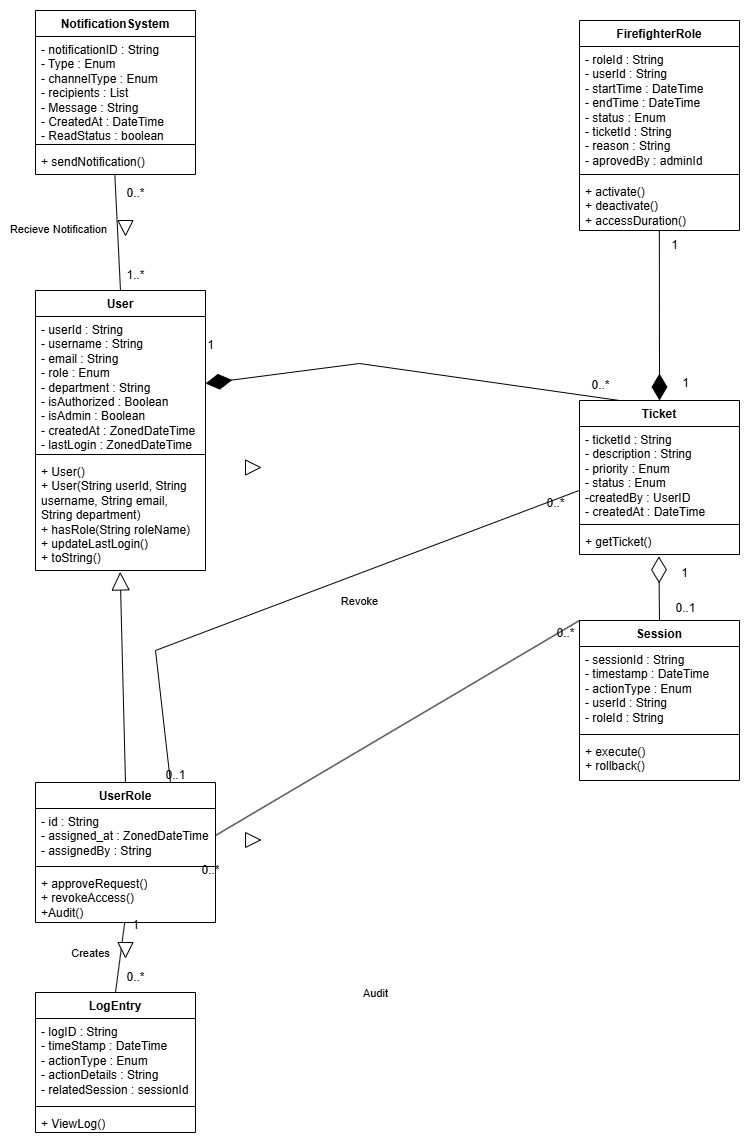
This is Documentation/Domain Model.png from COS301-SE-2025/Fire-Fighter, a draw.io export, as it was before one commit. Source tidied: cells renumbered, new cells last; positions are measured from the earlier drawing's top-left corner, leaving out a move shared by most shapes.
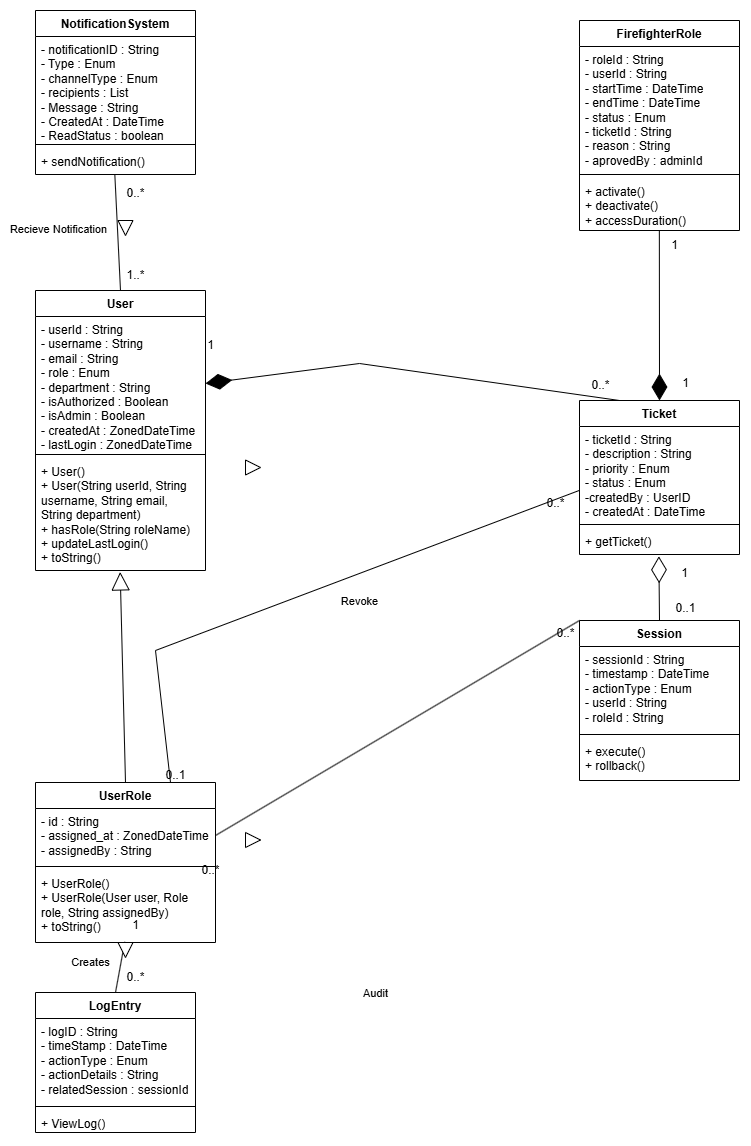
The same file after the commit.

Commit message:
Updated UserRole functions

Diff of the diagram source:
```diff
@@ -51,7 +51,7 @@
       <mxGeometry y="118" width="160" height="42" as="geometry" />
     </mxCell>
     <mxCell id="18" value="UserRole" style="swimlane;fontStyle=1;align=center;verticalAlign=top;horizontal=1;startSize=26;whiteSpace=wrap;html=1;" parent="1" vertex="1">
-      <mxGeometry y="772" width="180" height="140" as="geometry" />
+      <mxGeometry y="772" width="180" height="160" as="geometry" />
     </mxCell>
     <mxCell id="19" value="- id : String&lt;div&gt;- assigned_at : ZonedDateTime&lt;/div&gt;&lt;div&gt;-&amp;nbsp;assignedBy : String&lt;/div&gt;" style="text;strokeColor=none;fillColor=none;align=left;verticalAlign=top;spacingLeft=4;spacingRight=4;overflow=hidden;points=[[0,0.5],[1,0.5]];portConstraint=eastwest;whiteSpace=wrap;html=1;" parent="18" vertex="1">
       <mxGeometry y="26" width="180" height="54" as="geometry" />
@@ -59,8 +59,8 @@
     <mxCell id="20" style="line;strokeWidth=1;fillColor=none;align=left;verticalAlign=middle;spacingTop=-1;spacingLeft=3;spacingRight=3;labelPosition=right;strokeColor=inherit;" parent="18" vertex="1">
       <mxGeometry y="80" width="180" height="8" as="geometry" />
     </mxCell>
-    <mxCell id="21" value="+ approveRequest()&lt;div&gt;+ revokeAccess()&lt;/div&gt;&lt;div&gt;+Audit()&lt;/div&gt;" style="text;strokeColor=none;fillColor=none;align=left;verticalAlign=top;spacingLeft=4;spacingRight=4;overflow=hidden;points=[[0,0.5],[1,0.5]];portConstraint=eastwest;whiteSpace=wrap;html=1;" parent="18" vertex="1">
-      <mxGeometry y="88" width="180" height="52" as="geometry" />
+    <mxCell id="21" value="+ UserRole()&lt;div&gt;+&amp;nbsp;UserRole(User user, Role role, String assignedBy)&lt;/div&gt;&lt;div&gt;+ toString()&lt;/div&gt;" style="text;strokeColor=none;fillColor=none;align=left;verticalAlign=top;spacingLeft=4;spacingRight=4;overflow=hidden;points=[[0,0.5],[1,0.5]];portConstraint=eastwest;whiteSpace=wrap;html=1;" parent="18" vertex="1">
+      <mxGeometry y="88" width="180" height="72" as="geometry" />
     </mxCell>
     <mxCell id="22" value="NotificationSystem" style="swimlane;fontStyle=1;align=center;verticalAlign=top;horizontal=1;startSize=26;whiteSpace=wrap;html=1;" parent="1" vertex="1">
       <mxGeometry width="160" height="164" as="geometry" />
```
